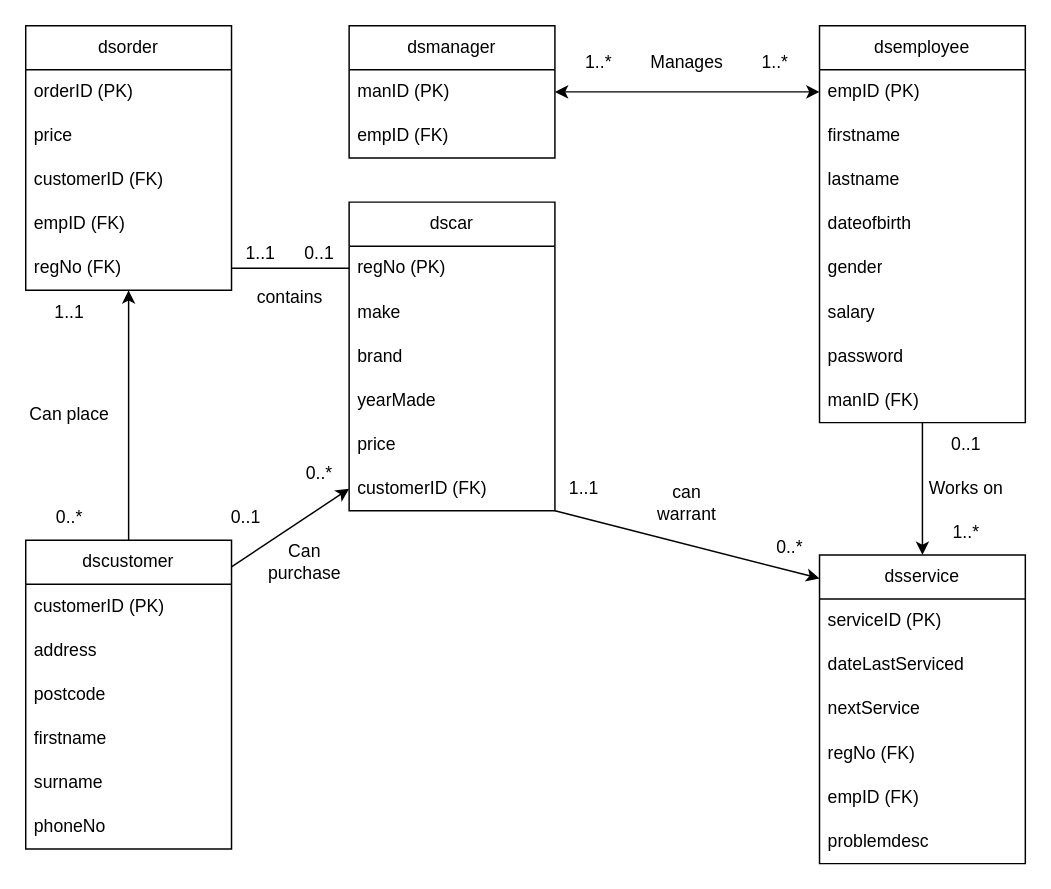
This is Car Dealership.drawio from Justolivr/DatabaseCoursework, a draw.io file, before an edit. Source tidied: cells renumbered, new cells numbered last; positions are measured from the earlier drawing's top-left corner, leaving out a move shared by most shapes. Both pictures are drawn from the tidied source at 147%, with x=0, y=0 at pixel (25, 25).
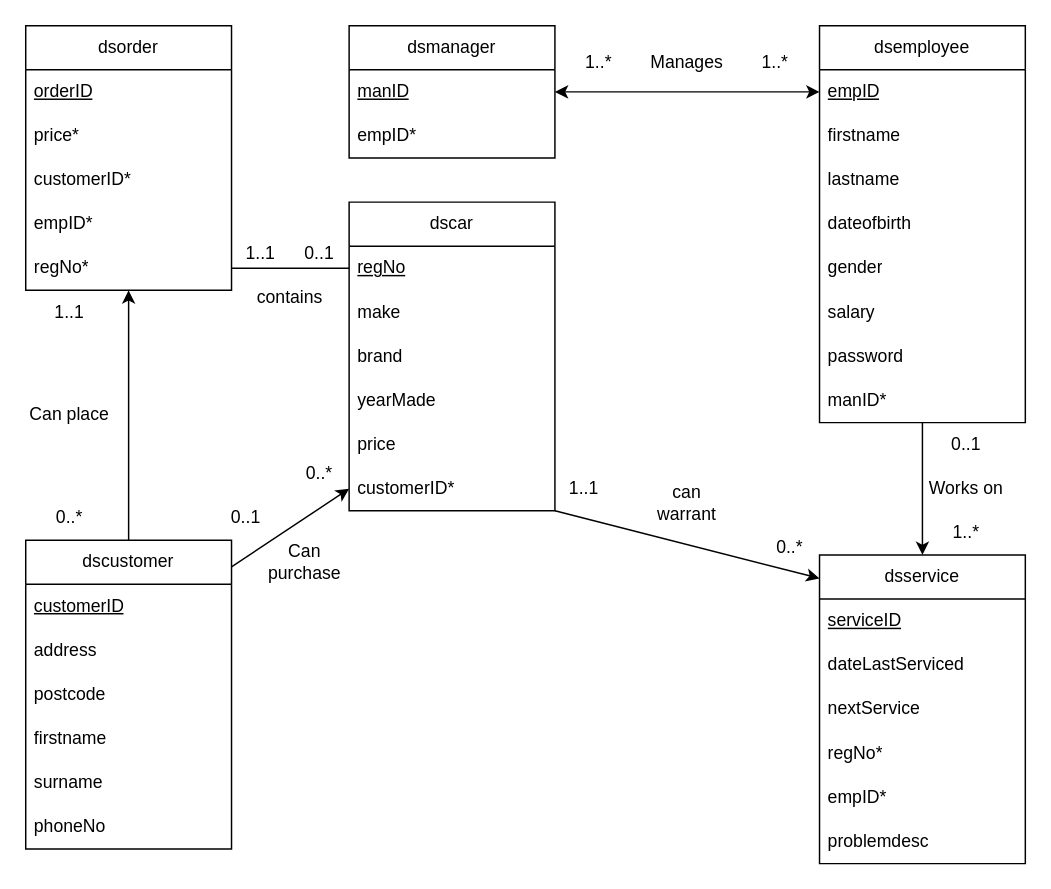
Above is the later version.

The change refers to these unchanged cells:
```xml
<mxCell id="2" value="&lt;div&gt;dscar&lt;/div&gt;" style="swimlane;fontStyle=0;horizontal=1;startSize=30;whiteSpace=wrap;html=1;" parent="1" vertex="1">
  <mxGeometry x="220" y="120" width="140" height="210" as="geometry" />
</mxCell>
<mxCell id="9" value="dsorder" style="swimlane;fontStyle=0;horizontal=1;startSize=30;whiteSpace=wrap;html=1;" parent="1" vertex="1">
  <mxGeometry width="140" height="180" as="geometry" />
</mxCell>
<mxCell id="15" value="dsemployee" style="swimlane;fontStyle=0;horizontal=1;startSize=30;whiteSpace=wrap;html=1;" parent="1" vertex="1">
  <mxGeometry x="540" width="140" height="270" as="geometry" />
</mxCell>
<mxCell id="24" value="dscustomer" style="swimlane;fontStyle=0;horizontal=1;startSize=30;whiteSpace=wrap;html=1;" parent="1" vertex="1">
  <mxGeometry y="350" width="140" height="210" as="geometry" />
</mxCell>
<mxCell id="31" value="dsservice" style="swimlane;fontStyle=0;horizontal=1;startSize=30;whiteSpace=wrap;html=1;" parent="1" vertex="1">
  <mxGeometry x="540" y="360" width="140" height="210" as="geometry" />
</mxCell>
<mxCell id="38" value="dsmanager" style="swimlane;fontStyle=0;horizontal=1;startSize=30;whiteSpace=wrap;html=1;" parent="1" vertex="1">
  <mxGeometry x="220" width="140" height="90" as="geometry" />
</mxCell>
```

The edit, as a diff of the source:
```diff
@@
-    <mxCell id="3" value="regNo (PK)" style="text;strokeColor=none;fillColor=none;align=left;verticalAlign=middle;spacingLeft=4;spacingRight=4;overflow=hidden;points=[[0,0.5],[1,0.5]];portConstraint=eastwest;whiteSpace=wrap;html=1;" parent="2" vertex="1">
+    <mxCell id="3" value="&lt;u&gt;regNo&lt;/u&gt;" style="text;strokeColor=none;fillColor=none;align=left;verticalAlign=middle;spacingLeft=4;spacingRight=4;overflow=hidden;points=[[0,0.5],[1,0.5]];portConstraint=eastwest;whiteSpace=wrap;html=1;" parent="2" vertex="1">
       <mxGeometry y="30" width="140" height="30" as="geometry" />
     </mxCell>
@@
-    <mxCell id="8" value="customerID (FK)" style="text;strokeColor=none;fillColor=none;align=left;verticalAlign=middle;spacingLeft=4;spacingRight=4;overflow=hidden;points=[[0,0.5],[1,0.5]];portConstraint=eastwest;whiteSpace=wrap;html=1;" parent="2" vertex="1">
+    <mxCell id="8" value="customerID*" style="text;strokeColor=none;fillColor=none;align=left;verticalAlign=middle;spacingLeft=4;spacingRight=4;overflow=hidden;points=[[0,0.5],[1,0.5]];portConstraint=eastwest;whiteSpace=wrap;html=1;" parent="2" vertex="1">
       <mxGeometry y="180" width="140" height="30" as="geometry" />
     </mxCell>
@@
-    <mxCell id="10" value="orderID (PK)" style="text;strokeColor=none;fillColor=none;align=left;verticalAlign=middle;spacingLeft=4;spacingRight=4;overflow=hidden;whiteSpace=wrap;html=1;" parent="9" vertex="1">
+    <mxCell id="10" value="&lt;u&gt;orderID&lt;/u&gt;" style="text;strokeColor=none;fillColor=none;align=left;verticalAlign=middle;spacingLeft=4;spacingRight=4;overflow=hidden;whiteSpace=wrap;html=1;" parent="9" vertex="1">
       <mxGeometry y="30" width="140" height="30" as="geometry" />
     </mxCell>
-    <mxCell id="11" value="price" style="text;strokeColor=none;fillColor=none;align=left;verticalAlign=middle;spacingLeft=4;spacingRight=4;overflow=hidden;whiteSpace=wrap;html=1;" parent="9" vertex="1">
+    <mxCell id="11" value="price*" style="text;strokeColor=none;fillColor=none;align=left;verticalAlign=middle;spacingLeft=4;spacingRight=4;overflow=hidden;whiteSpace=wrap;html=1;" parent="9" vertex="1">
       <mxGeometry y="60" width="140" height="30" as="geometry" />
     </mxCell>
-    <mxCell id="12" value="customerID (FK)" style="text;strokeColor=none;fillColor=none;align=left;verticalAlign=middle;spacingLeft=4;spacingRight=4;overflow=hidden;whiteSpace=wrap;html=1;" parent="9" vertex="1">
+    <mxCell id="12" value="customerID*" style="text;strokeColor=none;fillColor=none;align=left;verticalAlign=middle;spacingLeft=4;spacingRight=4;overflow=hidden;whiteSpace=wrap;html=1;" parent="9" vertex="1">
       <mxGeometry y="90" width="140" height="30" as="geometry" />
     </mxCell>
-    <mxCell id="13" value="empID (FK)" style="text;strokeColor=none;fillColor=none;align=left;verticalAlign=middle;spacingLeft=4;spacingRight=4;overflow=hidden;whiteSpace=wrap;html=1;" parent="9" vertex="1">
+    <mxCell id="13" value="empID*" style="text;strokeColor=none;fillColor=none;align=left;verticalAlign=middle;spacingLeft=4;spacingRight=4;overflow=hidden;whiteSpace=wrap;html=1;" parent="9" vertex="1">
       <mxGeometry y="120" width="140" height="30" as="geometry" />
     </mxCell>
-    <mxCell id="14" value="regNo (FK)" style="text;strokeColor=none;fillColor=none;align=left;verticalAlign=middle;spacingLeft=4;spacingRight=4;overflow=hidden;points=[[0,0.5],[1,0.5]];portConstraint=eastwest;whiteSpace=wrap;html=1;" parent="9" vertex="1">
+    <mxCell id="14" value="regNo*" style="text;strokeColor=none;fillColor=none;align=left;verticalAlign=middle;spacingLeft=4;spacingRight=4;overflow=hidden;points=[[0,0.5],[1,0.5]];portConstraint=eastwest;whiteSpace=wrap;html=1;" parent="9" vertex="1">
       <mxGeometry y="150" width="140" height="30" as="geometry" />
     </mxCell>
@@
-    <mxCell id="16" value="empID (PK)" style="text;strokeColor=none;fillColor=none;align=left;verticalAlign=middle;spacingLeft=4;spacingRight=4;overflow=hidden;points=[[0,0.5],[1,0.5]];portConstraint=eastwest;whiteSpace=wrap;html=1;" parent="15" vertex="1">
+    <mxCell id="16" value="&lt;u&gt;empID&lt;/u&gt;" style="text;strokeColor=none;fillColor=none;align=left;verticalAlign=middle;spacingLeft=4;spacingRight=4;overflow=hidden;points=[[0,0.5],[1,0.5]];portConstraint=eastwest;whiteSpace=wrap;html=1;" parent="15" vertex="1">
       <mxGeometry y="30" width="140" height="30" as="geometry" />
     </mxCell>
@@
-    <mxCell id="23" value="manID (FK)" style="text;strokeColor=none;fillColor=none;align=left;verticalAlign=middle;spacingLeft=4;spacingRight=4;overflow=hidden;points=[[0,0.5],[1,0.5]];portConstraint=eastwest;whiteSpace=wrap;html=1;" parent="15" vertex="1">
+    <mxCell id="23" value="manID*" style="text;strokeColor=none;fillColor=none;align=left;verticalAlign=middle;spacingLeft=4;spacingRight=4;overflow=hidden;points=[[0,0.5],[1,0.5]];portConstraint=eastwest;whiteSpace=wrap;html=1;" parent="15" vertex="1">
       <mxGeometry y="240" width="140" height="30" as="geometry" />
     </mxCell>
@@
-    <mxCell id="25" value="customerID (PK)" style="text;strokeColor=none;fillColor=none;align=left;verticalAlign=middle;spacingLeft=4;spacingRight=4;overflow=hidden;whiteSpace=wrap;html=1;" parent="24" vertex="1">
+    <mxCell id="25" value="&lt;u&gt;customerID&lt;/u&gt;" style="text;strokeColor=none;fillColor=none;align=left;verticalAlign=middle;spacingLeft=4;spacingRight=4;overflow=hidden;whiteSpace=wrap;html=1;" parent="24" vertex="1">
       <mxGeometry y="30" width="140" height="30" as="geometry" />
     </mxCell>
@@
-    <mxCell id="32" value="serviceID (PK)" style="text;strokeColor=none;fillColor=none;align=left;verticalAlign=middle;spacingLeft=4;spacingRight=4;overflow=hidden;whiteSpace=wrap;html=1;" parent="31" vertex="1">
+    <mxCell id="32" value="&lt;u&gt;serviceID&lt;/u&gt;" style="text;strokeColor=none;fillColor=none;align=left;verticalAlign=middle;spacingLeft=4;spacingRight=4;overflow=hidden;whiteSpace=wrap;html=1;" parent="31" vertex="1">
       <mxGeometry y="30" width="140" height="30" as="geometry" />
     </mxCell>
@@
-    <mxCell id="35" value="regNo (FK)" style="text;strokeColor=none;fillColor=none;align=left;verticalAlign=middle;spacingLeft=4;spacingRight=4;overflow=hidden;whiteSpace=wrap;html=1;" parent="31" vertex="1">
+    <mxCell id="35" value="regNo*" style="text;strokeColor=none;fillColor=none;align=left;verticalAlign=middle;spacingLeft=4;spacingRight=4;overflow=hidden;whiteSpace=wrap;html=1;" parent="31" vertex="1">
       <mxGeometry y="120" width="140" height="30" as="geometry" />
     </mxCell>
-    <mxCell id="36" value="empID (FK)" style="text;strokeColor=none;fillColor=none;align=left;verticalAlign=middle;spacingLeft=4;spacingRight=4;overflow=hidden;whiteSpace=wrap;html=1;" parent="31" vertex="1">
+    <mxCell id="36" value="empID*" style="text;strokeColor=none;fillColor=none;align=left;verticalAlign=middle;spacingLeft=4;spacingRight=4;overflow=hidden;whiteSpace=wrap;html=1;" parent="31" vertex="1">
       <mxGeometry y="150" width="140" height="30" as="geometry" />
     </mxCell>
@@
-    <mxCell id="39" value="manID (PK)" style="text;strokeColor=none;fillColor=none;align=left;verticalAlign=middle;spacingLeft=4;spacingRight=4;overflow=hidden;points=[[0,0.5],[1,0.5]];portConstraint=eastwest;whiteSpace=wrap;html=1;" parent="38" vertex="1">
+    <mxCell id="39" value="&lt;u&gt;manID&lt;/u&gt;" style="text;strokeColor=none;fillColor=none;align=left;verticalAlign=middle;spacingLeft=4;spacingRight=4;overflow=hidden;points=[[0,0.5],[1,0.5]];portConstraint=eastwest;whiteSpace=wrap;html=1;" parent="38" vertex="1">
       <mxGeometry y="30" width="140" height="30" as="geometry" />
     </mxCell>
-    <mxCell id="40" value="empID (FK)" style="text;strokeColor=none;fillColor=none;align=left;verticalAlign=middle;spacingLeft=4;spacingRight=4;overflow=hidden;whiteSpace=wrap;html=1;" parent="38" vertex="1">
+    <mxCell id="40" value="empID*" style="text;strokeColor=none;fillColor=none;align=left;verticalAlign=middle;spacingLeft=4;spacingRight=4;overflow=hidden;whiteSpace=wrap;html=1;" parent="38" vertex="1">
       <mxGeometry y="60" width="140" height="30" as="geometry" />
     </mxCell>
```
